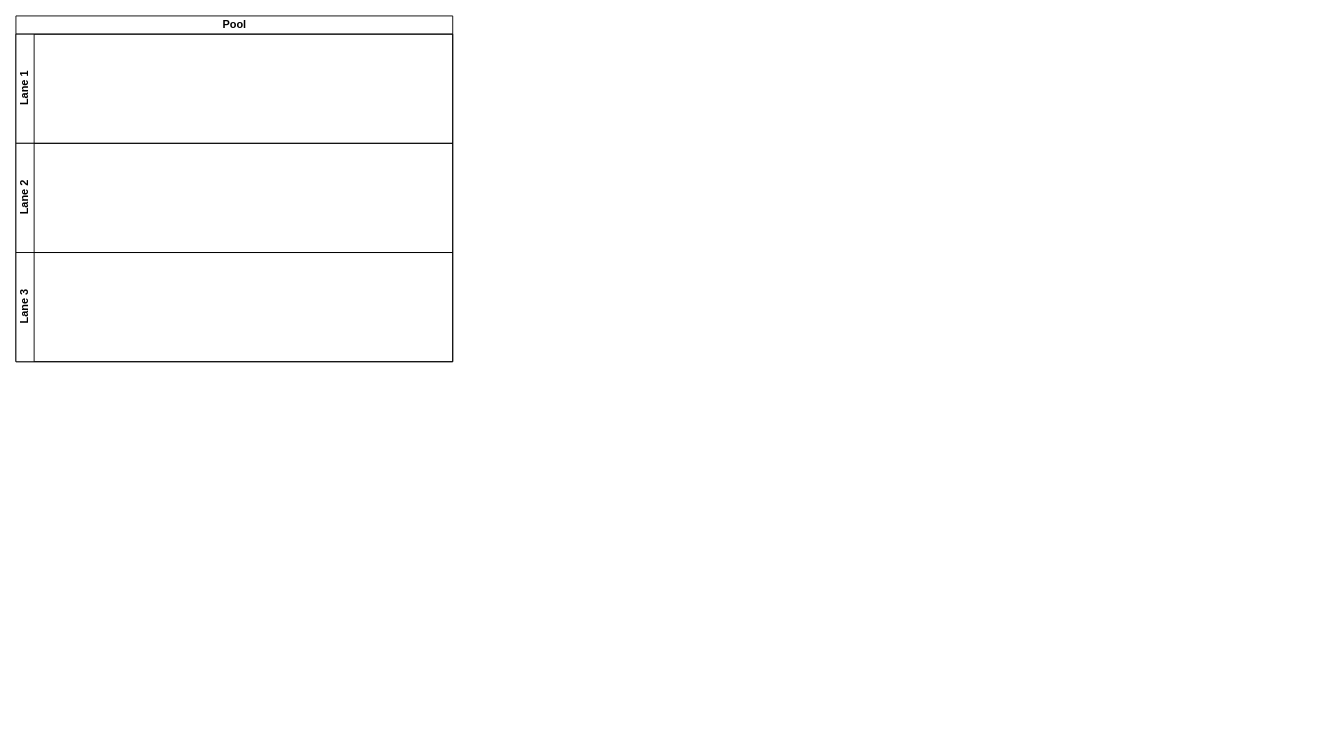
Before: Untitled Diagram.drawio in sharwaridali/Data-Science, a draw.io diagram. Source tidied: cells renumbered, new cells numbered last; positions are measured from the earlier drawing's top-left corner, leaving out a move shared by most shapes. Both pictures are drawn from the tidied source at 91%, with x=0, y=0 at pixel (15, 15).
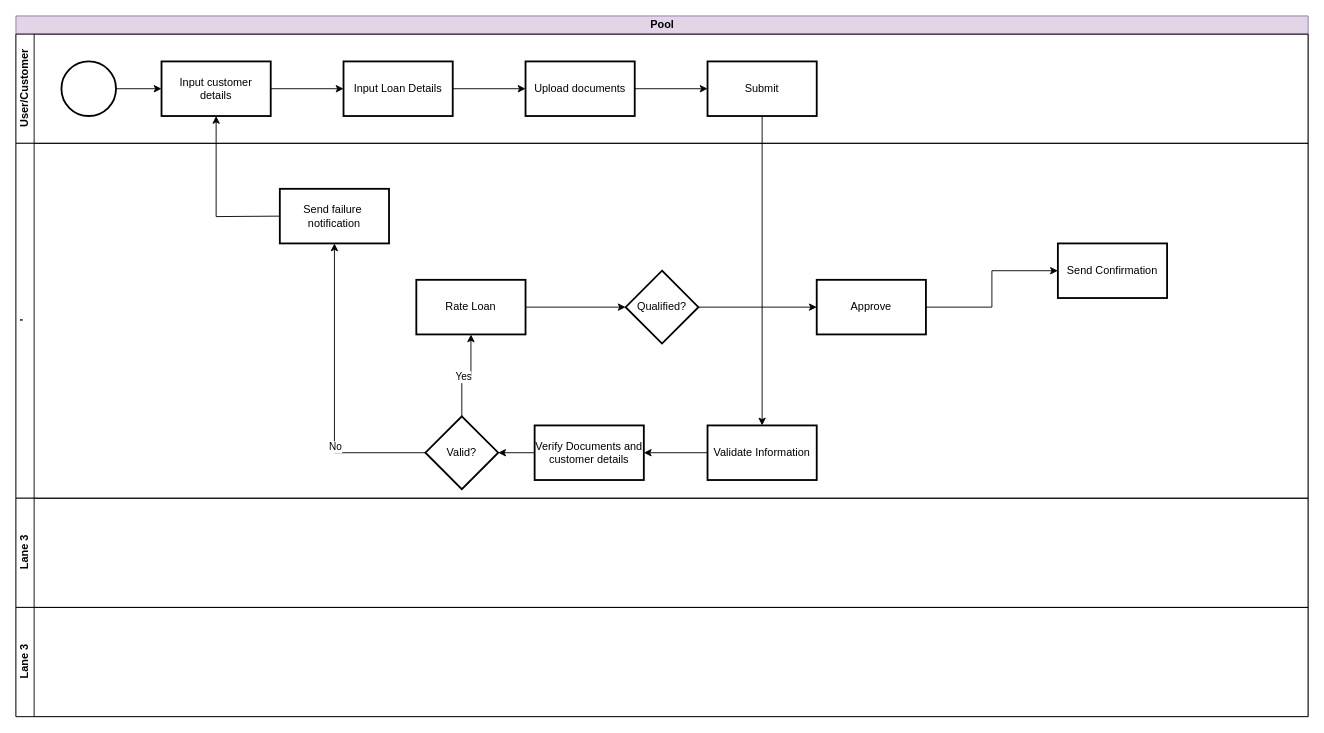
The same page after the edit.

Change to the diagram source:
```diff
@@
-    <mxCell id="2" value="Pool" style="swimlane;horizontal=1;startSize=20;html=1;" parent="1" vertex="1">
-      <mxGeometry width="480" height="380" as="geometry" />
+    <mxCell id="2" value="Pool" style="swimlane;horizontal=1;startSize=20;html=1;fillColor=#e1d5e7;strokeColor=#9673a6;" parent="1" vertex="1">
+      <mxGeometry width="1420" height="770" as="geometry" />
     </mxCell>
-    <mxCell id="3" value="Lane 1" style="swimlane;startSize=20;horizontal=0;html=1;" parent="2" vertex="1">
-      <mxGeometry y="20" width="480" height="120" as="geometry" />
+    <mxCell id="3" value="User/Customer" style="swimlane;startSize=20;horizontal=0;html=1;" parent="2" vertex="1">
+      <mxGeometry y="20" width="1420" height="120" as="geometry" />
     </mxCell>
+    <mxCell id="6" style="edgeStyle=orthogonalEdgeStyle;rounded=0;jettySize=auto;html=1;" parent="3" edge="1" source="7" target="9">
+      <mxGeometry relative="1" as="geometry" />
+    </mxCell>
+    <mxCell id="7" style="strokeWidth=2;html=1;shape=mxgraph.flowchart.start_2;whiteSpace=wrap;" parent="3" vertex="1">
+      <mxGeometry x="50" y="30" width="60" height="60" as="geometry" />
+    </mxCell>
+    <mxCell id="8" style="edgeStyle=orthogonalEdgeStyle;rounded=0;jettySize=auto;html=1;" parent="3" edge="1" source="9" target="11">
+      <mxGeometry relative="1" as="geometry" />
+    </mxCell>
+    <mxCell id="9" value="Input customer &lt;br&gt;details" style="whiteSpace=wrap;html=1;strokeWidth=2;" parent="3" vertex="1">
+      <mxGeometry x="160" y="30" width="120" height="60" as="geometry" />
+    </mxCell>
+    <mxCell id="10" style="edgeStyle=orthogonalEdgeStyle;rounded=0;jettySize=auto;html=1;" parent="3" edge="1" source="11" target="13">
+      <mxGeometry relative="1" as="geometry" />
+    </mxCell>
+    <mxCell id="11" value="Input Loan Details" style="whiteSpace=wrap;html=1;strokeWidth=2;" parent="3" vertex="1">
+      <mxGeometry x="360" y="30" width="120" height="60" as="geometry" />
+    </mxCell>
+    <mxCell id="12" style="edgeStyle=orthogonalEdgeStyle;rounded=0;jettySize=auto;html=1;" parent="3" edge="1" source="13" target="14">
+      <mxGeometry relative="1" as="geometry" />
+    </mxCell>
+    <mxCell id="13" value="Upload documents" style="whiteSpace=wrap;html=1;strokeWidth=2;" parent="3" vertex="1">
+      <mxGeometry x="560" y="30" width="120" height="60" as="geometry" />
+    </mxCell>
+    <mxCell id="14" value="Submit" style="whiteSpace=wrap;html=1;strokeWidth=2;" parent="3" vertex="1">
+      <mxGeometry x="760" y="30" width="120" height="60" as="geometry" />
+    </mxCell>
-    <mxCell id="4" value="Lane 2" style="swimlane;startSize=20;horizontal=0;html=1;" parent="2" vertex="1">
-      <mxGeometry y="140" width="480" height="120" as="geometry" />
+    <mxCell id="4" value="'" style="swimlane;startSize=20;horizontal=0;html=1;" parent="2" vertex="1">
+      <mxGeometry y="140" width="1420" height="390" as="geometry" />
     </mxCell>
+    <mxCell id="15" style="edgeStyle=orthogonalEdgeStyle;rounded=0;jettySize=auto;html=1;" parent="4" edge="1" source="16" target="18">
+      <mxGeometry relative="1" as="geometry" />
+    </mxCell>
+    <mxCell id="16" value="Validate Information" style="whiteSpace=wrap;html=1;strokeWidth=2;" parent="4" vertex="1">
+      <mxGeometry x="760" y="310" width="120" height="60" as="geometry" />
+    </mxCell>
+    <mxCell id="17" style="edgeStyle=orthogonalEdgeStyle;rounded=0;jettySize=auto;html=1;" parent="4" edge="1" source="18" target="23">
+      <mxGeometry relative="1" as="geometry" />
+    </mxCell>
+    <mxCell id="18" value="Verify Documents and customer details" style="whiteSpace=wrap;html=1;strokeWidth=2;" parent="4" vertex="1">
+      <mxGeometry x="570" y="310" width="120" height="60" as="geometry" />
+    </mxCell>
+    <mxCell id="19" style="edgeStyle=orthogonalEdgeStyle;rounded=0;jettySize=auto;html=1;" parent="4" edge="1" source="23" target="24">
+      <mxGeometry relative="1" as="geometry" />
+    </mxCell>
+    <mxCell id="20" value="No" style="edgeLabel;html=1;align=center;verticalAlign=middle;" parent="19" vertex="1">
+      <mxGeometry x="-0.35" relative="1" as="geometry" />
+    </mxCell>
+    <mxCell id="21" style="edgeStyle=orthogonalEdgeStyle;rounded=0;jettySize=auto;html=1;" parent="4" edge="1" source="23" target="26">
+      <mxGeometry relative="1" as="geometry" />
+    </mxCell>
+    <mxCell id="22" value="Yes" style="edgeLabel;html=1;align=center;verticalAlign=middle;" parent="21" vertex="1">
+      <mxGeometry x="-0.13" y="-1" relative="1" as="geometry" />
+    </mxCell>
+    <mxCell id="23" value="Valid?" style="rhombus;whiteSpace=wrap;html=1;strokeWidth=2;" parent="4" vertex="1">
+      <mxGeometry x="450" y="300" width="80" height="80" as="geometry" />
+    </mxCell>
+    <mxCell id="24" value="Send failure&amp;nbsp;&lt;br&gt;notification" style="whiteSpace=wrap;html=1;strokeWidth=2;" parent="4" vertex="1">
+      <mxGeometry x="290" y="50" width="120" height="60" as="geometry" />
+    </mxCell>
+    <mxCell id="25" style="edgeStyle=orthogonalEdgeStyle;rounded=0;jettySize=auto;html=1;" parent="4" edge="1" source="26" target="27">
+      <mxGeometry relative="1" as="geometry" />
+    </mxCell>
+    <mxCell id="26" value="Rate Loan" style="whiteSpace=wrap;html=1;strokeWidth=2;" parent="4" vertex="1">
+      <mxGeometry x="440" y="150" width="120" height="60" as="geometry" />
+    </mxCell>
+    <mxCell id="27" value="Qualified?" style="rhombus;whiteSpace=wrap;html=1;strokeWidth=2;" parent="4" vertex="1">
+      <mxGeometry x="670" y="140" width="80" height="80" as="geometry" />
+    </mxCell>
+    <mxCell id="28" style="edgeStyle=orthogonalEdgeStyle;rounded=0;jettySize=auto;html=1;" parent="4" edge="1" source="29" target="30">
+      <mxGeometry relative="1" as="geometry" />
+    </mxCell>
+    <mxCell id="29" value="Approve" style="whiteSpace=wrap;html=1;strokeWidth=2;" parent="4" vertex="1">
+      <mxGeometry x="880" y="150" width="120" height="60" as="geometry" />
+    </mxCell>
+    <mxCell id="30" value="Send Confirmation" style="whiteSpace=wrap;html=1;strokeWidth=2;" parent="4" vertex="1">
+      <mxGeometry x="1145" y="110" width="120" height="60" as="geometry" />
+    </mxCell>
+    <mxCell id="31" style="edgeStyle=elbowEdgeStyle;rounded=0;jettySize=auto;html=1;jumpStyle=arc;jumpSize=26;" parent="4" edge="1" source="27" target="29">
+      <mxGeometry relative="1" as="geometry" />
+    </mxCell>
     <mxCell id="5" value="Lane 3" style="swimlane;startSize=20;horizontal=0;html=1;" parent="2" vertex="1">
-      <mxGeometry y="260" width="480" height="120" as="geometry" />
+      <mxGeometry y="530" width="1420" height="120" as="geometry" />
     </mxCell>
+    <mxCell id="32" value="Lane 3" style="swimlane;startSize=20;horizontal=0;html=1;" parent="2" vertex="1">
+      <mxGeometry y="650" width="1420" height="120" as="geometry" />
+    </mxCell>
+    <mxCell id="33" style="edgeStyle=orthogonalEdgeStyle;rounded=0;jettySize=auto;html=1;" parent="2" edge="1" source="14" target="16">
+      <mxGeometry relative="1" as="geometry" />
+    </mxCell>
+    <mxCell id="34" style="edgeStyle=orthogonalEdgeStyle;rounded=0;jettySize=auto;html=1;entryX=0.5;entryY=1;entryDx=0;entryDy=0;" parent="2" edge="1" target="9">
+      <mxGeometry relative="1" as="geometry">
+        <mxPoint x="290" y="220" as="sourcePoint" />
+      </mxGeometry>
+    </mxCell>
```
